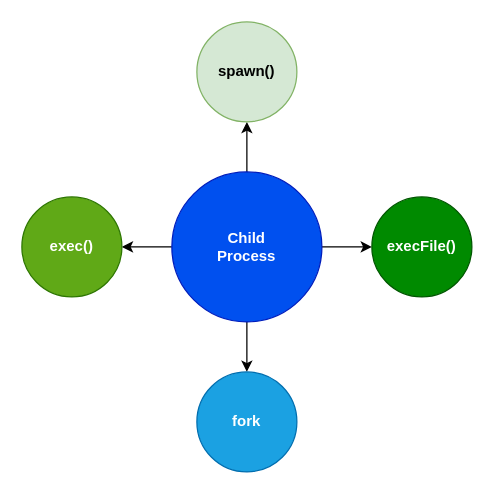
This is node-demo.drawio from javin9/node-demo, a draw.io file, before an edit. Source tidied: cells renumbered, new cells numbered last; positions are measured from the earlier drawing's top-left corner, leaving out a move shared by most shapes. Both pictures are drawn from the tidied source at 125%, with x=0, y=0 at pixel (21, 21).
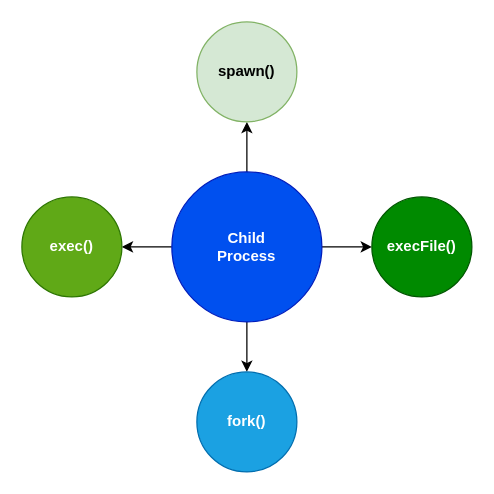
The same page after the edit.

What changed in the source:
```diff
@@
 <mxGraphModel>
   <root>
     <mxCell id="0" />
     <mxCell id="1" parent="0" />
     <mxCell id="2" style="edgeStyle=orthogonalEdgeStyle;rounded=0;jettySize=auto;html=1;exitX=0.5;exitY=0;exitDx=0;exitDy=0;entryX=0.5;entryY=1;entryDx=0;entryDy=0;" parent="1" edge="1" source="6" target="7">
       <mxGeometry relative="1" as="geometry" />
     </mxCell>
     <mxCell id="3" style="edgeStyle=orthogonalEdgeStyle;rounded=0;jettySize=auto;html=1;entryX=0;entryY=0.5;entryDx=0;entryDy=0;" parent="1" edge="1" source="6" target="9">
       <mxGeometry relative="1" as="geometry" />
     </mxCell>
     <mxCell id="4" style="edgeStyle=orthogonalEdgeStyle;rounded=0;jettySize=auto;html=1;exitX=0.5;exitY=1;exitDx=0;exitDy=0;entryX=0.5;entryY=0;entryDx=0;entryDy=0;" parent="1" edge="1" source="6" target="8">
       <mxGeometry relative="1" as="geometry" />
     </mxCell>
     <mxCell id="5" style="edgeStyle=orthogonalEdgeStyle;rounded=0;jettySize=auto;html=1;" parent="1" edge="1" source="6" target="10">
       <mxGeometry relative="1" as="geometry" />
     </mxCell>
     <mxCell id="6" value="&lt;b&gt;Child&lt;br&gt;Process&lt;/b&gt;" style="ellipse;whiteSpace=wrap;html=1;fillColor=#0050ef;strokeColor=#001DBC;fontColor=#ffffff;" parent="1" vertex="1">
       <mxGeometry x="120" y="120" width="120" height="120" as="geometry" />
     </mxCell>
     <mxCell id="7" value="&lt;b&gt;spawn()&lt;/b&gt;" style="ellipse;whiteSpace=wrap;html=1;fillColor=#d5e8d4;strokeColor=#82b366;" parent="1" vertex="1">
       <mxGeometry x="140" width="80" height="80" as="geometry" />
     </mxCell>
-    <mxCell id="8" value="&lt;b&gt;fork&lt;/b&gt;" style="ellipse;whiteSpace=wrap;html=1;fillColor=#1ba1e2;strokeColor=#006EAF;fontColor=#ffffff;" parent="1" vertex="1">
+    <mxCell id="8" value="&lt;b&gt;fork()&lt;/b&gt;" style="ellipse;whiteSpace=wrap;html=1;fillColor=#1ba1e2;strokeColor=#006EAF;fontColor=#ffffff;" parent="1" vertex="1">
       <mxGeometry x="140" y="280" width="80" height="80" as="geometry" />
     </mxCell>
     <mxCell id="9" value="&lt;b&gt;execFile()&lt;/b&gt;" style="ellipse;whiteSpace=wrap;html=1;fillColor=#008a00;strokeColor=#005700;fontColor=#ffffff;" parent="1" vertex="1">
       <mxGeometry x="280" y="140" width="80" height="80" as="geometry" />
     </mxCell>
     <mxCell id="10" value="&lt;b&gt;exec()&lt;/b&gt;" style="ellipse;whiteSpace=wrap;html=1;fillColor=#60a917;strokeColor=#2D7600;fontColor=#ffffff;" parent="1" vertex="1">
       <mxGeometry y="140" width="80" height="80" as="geometry" />
     </mxCell>
   </root>
 </mxGraphModel>
```
